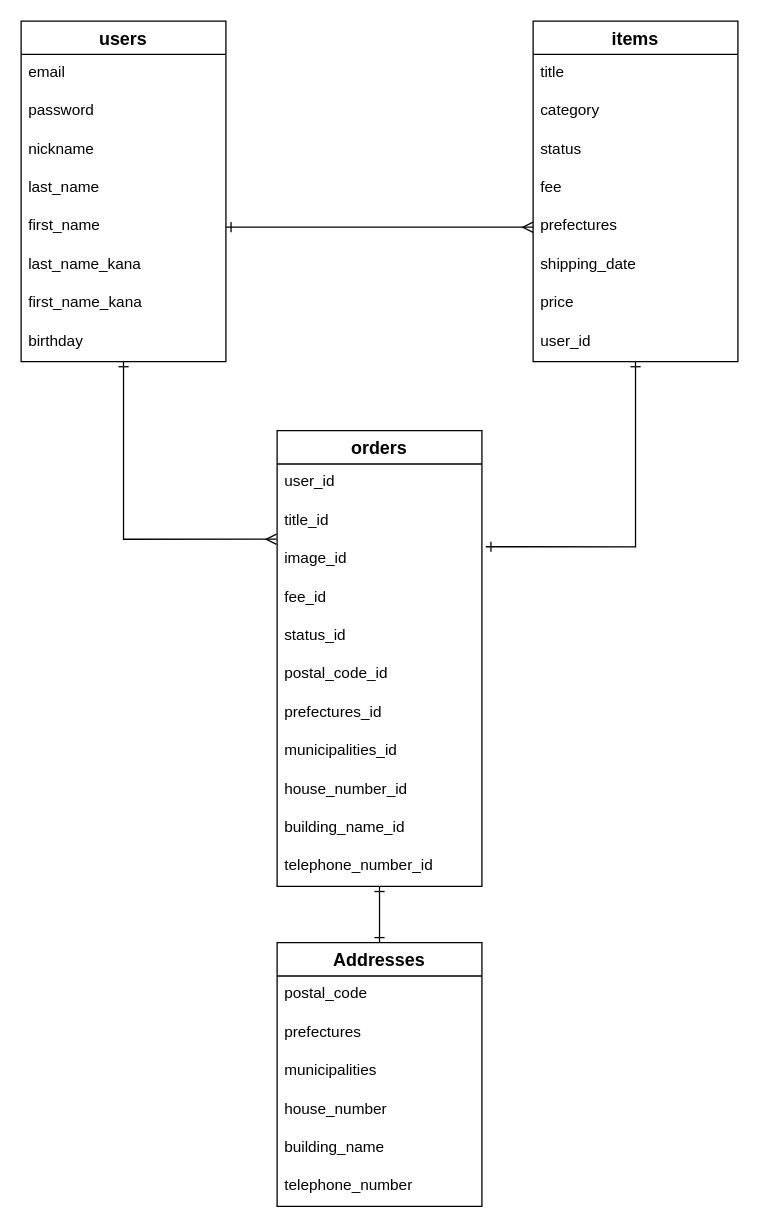
The draw.io diagram ER.dio in soetakara/furima-36189, before the edit. Source tidied: cells renumbered, new cells numbered last; positions are measured from the earlier drawing's top-left corner, leaving out a move shared by most shapes. Both pictures are drawn from the tidied source at 128%, with x=0, y=0 at pixel (20, 20).
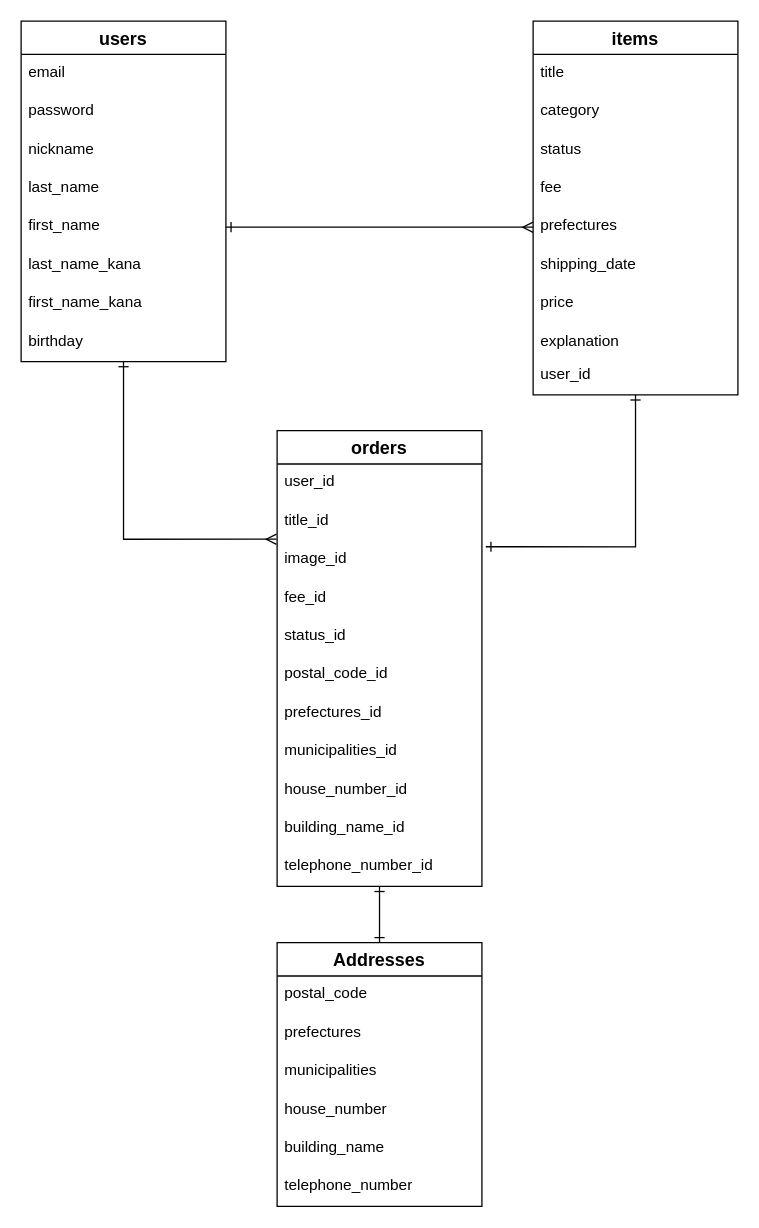
After the change.

Commit message (it also covers changes not shown here):
「商品の説明」のカラムを追加

Diff of the diagram source:
```diff
@@
     <mxCell id="13" value="items" style="swimlane;fontStyle=1;horizontal=1;startSize=26;align=center;fontSize=14;" parent="1" vertex="1">
-      <mxGeometry x="400" width="160" height="266" as="geometry" />
+      <mxGeometry x="400" width="160" height="292" as="geometry" />
     </mxCell>
@@
+    <mxCell id="43" value="explanation" style="text;strokeColor=none;fillColor=none;spacingLeft=4;spacingRight=4;overflow=hidden;fontSize=12;" parent="13" vertex="1">
+      <mxGeometry y="236" width="160" height="26" as="geometry" />
+    </mxCell>
     <mxCell id="21" value="user_id" style="text;strokeColor=none;fillColor=none;spacingLeft=4;spacingRight=4;overflow=hidden;fontSize=12;" parent="13" vertex="1">
-      <mxGeometry y="236" width="160" height="30" as="geometry" />
+      <mxGeometry y="262" width="160" height="30" as="geometry" />
     </mxCell>
```
